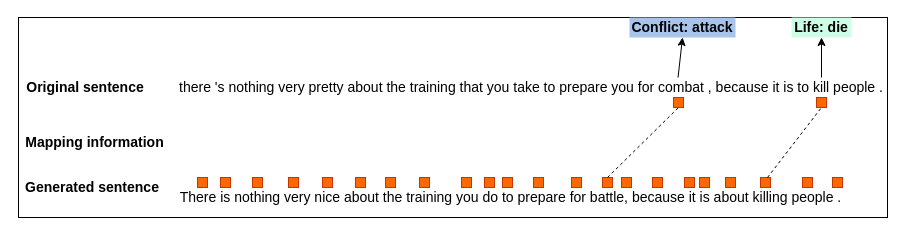
Above: english_alignment_text.drawio in gitofding/first_repository (draw.io), before the change. Source tidied: cells renumbered, new cells numbered last; positions are measured from the earlier drawing's top-left corner, leaving out a move shared by most shapes. Both pictures are drawn from the tidied source at 100%, with x=0, y=0 at pixel (17, 17).
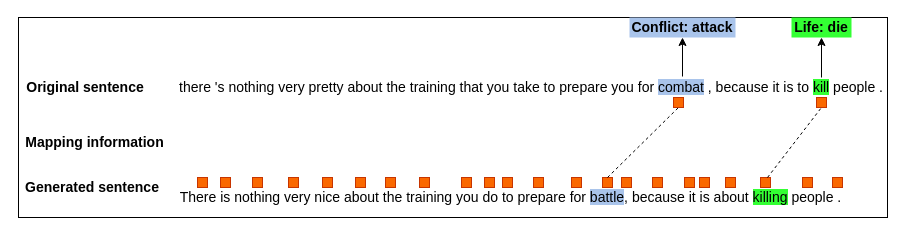
Above is the later version.

The change refers to these unchanged cells:
```xml
<mxCell id="8" value="&lt;font style=&quot;font-size: 14px&quot;&gt;&lt;b&gt;Conflict: attack&lt;/b&gt;&lt;/font&gt;" style="text;html=1;strokeColor=none;align=center;verticalAlign=middle;whiteSpace=wrap;rounded=0;fillColor=#A9C4EB;" parent="1" vertex="1">
  <mxGeometry x="612" width="106" height="20" as="geometry" />
</mxCell>
```

Change to the diagram source:
```diff
@@
-    <mxCell id="3" value="&lt;span style=&quot;font-size: 14px&quot;&gt;there 's nothing very pretty about the training that you take to prepare you for combat , because it is to kill people .&lt;/span&gt;" style="text;html=1;strokeColor=none;fillColor=none;align=center;verticalAlign=middle;whiteSpace=wrap;rounded=0;" parent="1" vertex="1">
+    <mxCell id="3" value="&lt;span style=&quot;font-size: 14px&quot;&gt;there 's nothing very pretty about the training that you take to prepare you for &lt;span style=&quot;background-color: rgb(169 , 196 , 235)&quot;&gt;combat&lt;/span&gt; , because it is to &lt;span style=&quot;background-color: rgb(51 , 255 , 51)&quot;&gt;kill&lt;/span&gt; people .&lt;/span&gt;" style="text;html=1;strokeColor=none;fillColor=none;align=center;verticalAlign=middle;whiteSpace=wrap;rounded=0;" parent="1" vertex="1">
       <mxGeometry x="160" y="60" width="708" height="20" as="geometry" />
     </mxCell>
-    <mxCell id="4" value="&lt;span style=&quot;font-size: 14px&quot;&gt;There is nothing very nice about the training you do to prepare for battle, because it is about killing people .&lt;/span&gt;" style="text;html=1;strokeColor=none;fillColor=none;align=center;verticalAlign=middle;whiteSpace=wrap;rounded=0;" parent="1" vertex="1">
+    <mxCell id="4" value="&lt;span style=&quot;font-size: 14px&quot;&gt;There is nothing very nice about the training you do to prepare for &lt;span style=&quot;background-color: rgb(169 , 196 , 235)&quot;&gt;battle&lt;/span&gt;, because it is about &lt;span style=&quot;background-color: rgb(51 , 255 , 51)&quot;&gt;killing&lt;/span&gt; people .&lt;/span&gt;" style="text;html=1;strokeColor=none;fillColor=none;align=center;verticalAlign=middle;whiteSpace=wrap;rounded=0;" parent="1" vertex="1">
       <mxGeometry x="160" y="170" width="667" height="20" as="geometry" />
     </mxCell>
@@
-    <mxCell id="9" value="&lt;font style=&quot;font-size: 14px&quot;&gt;&lt;b&gt;Life: die&lt;/b&gt;&lt;/font&gt;" style="text;html=1;strokeColor=none;align=center;verticalAlign=middle;whiteSpace=wrap;rounded=0;fillColor=#CCFFE6;" parent="1" vertex="1">
+    <mxCell id="9" value="&lt;font style=&quot;font-size: 14px&quot;&gt;&lt;b&gt;Life: die&lt;/b&gt;&lt;/font&gt;" style="text;html=1;strokeColor=none;align=center;verticalAlign=middle;whiteSpace=wrap;rounded=0;fillColor=#33FF33;" parent="1" vertex="1">
       <mxGeometry x="774" width="60" height="20" as="geometry" />
     </mxCell>
@@
-    <mxCell id="37" style="endArrow=classic;html=1;exitX=0.707;exitY=0;exitDx=0;exitDy=0;exitPerimeter=0;entryX=0.5;entryY=1;entryDx=0;entryDy=0;" parent="1" edge="1" source="3" target="8">
-      <mxGeometry relative="1" as="geometry" />
+    <mxCell id="37" style="endArrow=classic;html=1;entryX=0.5;entryY=1;entryDx=0;entryDy=0;" parent="1" edge="1" target="8">
+      <mxGeometry relative="1" as="geometry">
+        <mxPoint x="665" y="59" as="sourcePoint" />
+      </mxGeometry>
     </mxCell>
```
